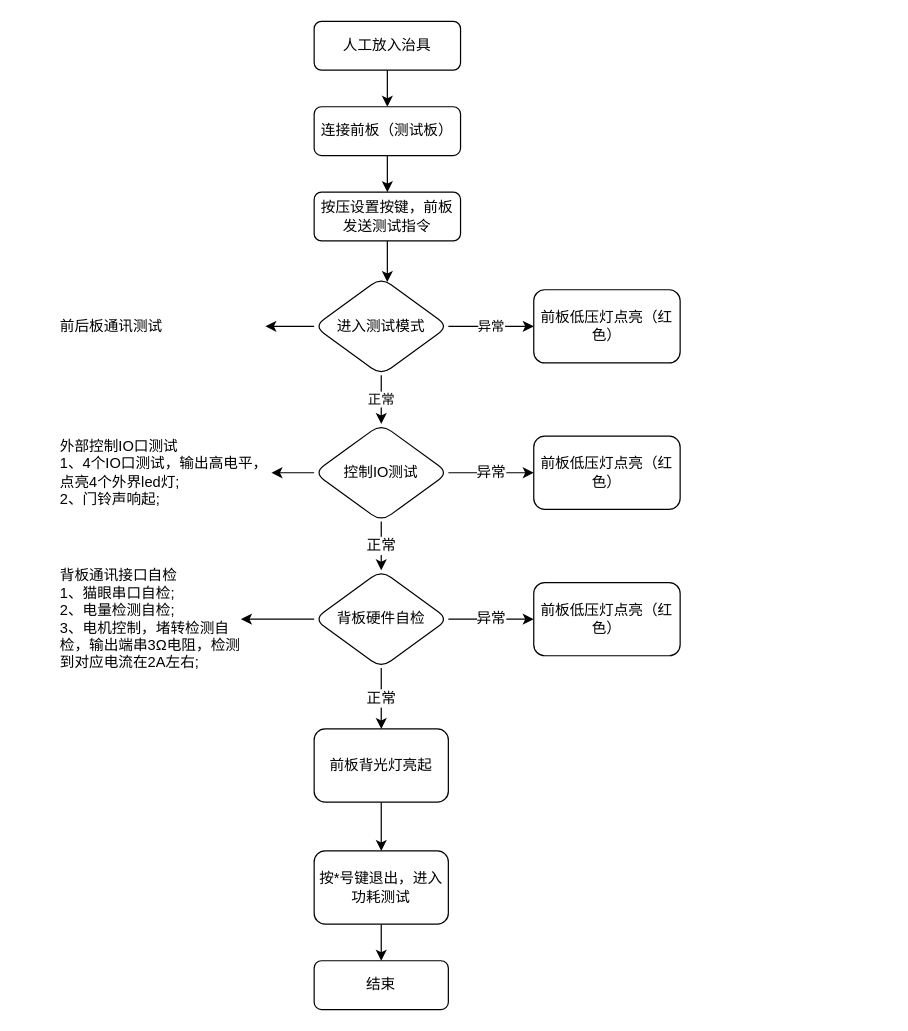
The draw.io diagram Untitled Diagram.drawio in Joho-Liang/GitHub-project, before the edit. Source tidied: cells renumbered, new cells numbered last; positions are measured from the earlier drawing's top-left corner, leaving out a move shared by most shapes. Both pictures are drawn from the tidied source at 122%, with x=0, y=0 at pixel (57, 21).
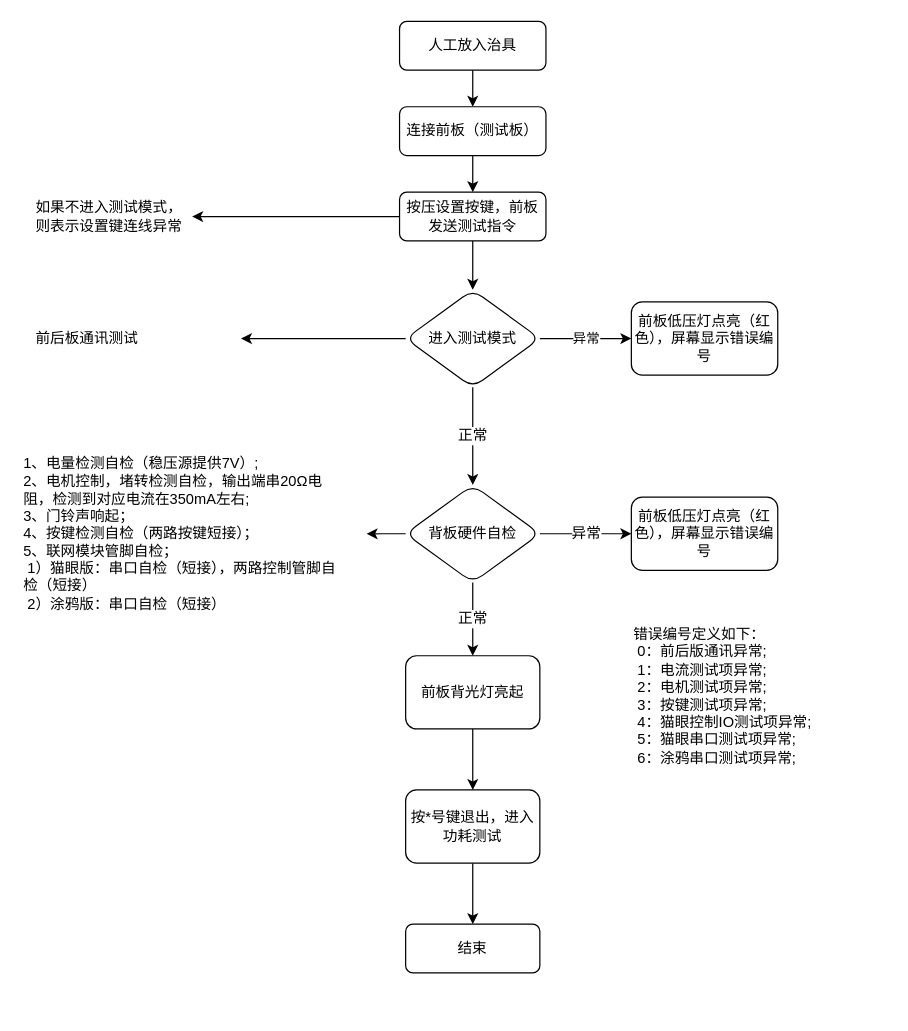
After the change.

The edit, as a diff of the source:
```diff
@@
     <mxCell id="2" value="人工放入治具" style="rounded=1;whiteSpace=wrap;html=1;" parent="1" vertex="1">
-      <mxGeometry x="210" width="120" height="40" as="geometry" />
+      <mxGeometry x="280" width="120" height="40" as="geometry" />
     </mxCell>
@@
     <mxCell id="5" value="连接前板（测试板）" style="rounded=1;whiteSpace=wrap;html=1;" parent="1" vertex="1">
-      <mxGeometry x="210" y="70" width="120" height="40" as="geometry" />
+      <mxGeometry x="280" y="70" width="120" height="40" as="geometry" />
     </mxCell>
     <mxCell id="6" style="edgeStyle=orthogonalEdgeStyle;rounded=0;jettySize=auto;html=1;" parent="1" edge="1" source="7" target="11">
       <mxGeometry relative="1" as="geometry">
         <Array as="points">
-          <mxPoint x="270" y="210" />
-          <mxPoint x="270" y="210" />
+          <mxPoint x="340" y="210" />
+          <mxPoint x="340" y="210" />
         </Array>
       </mxGeometry>
     </mxCell>
+    <mxCell id="31" style="edgeStyle=orthogonalEdgeStyle;rounded=0;jettySize=auto;html=1;fontSize=12;" parent="1" edge="1" source="7" target="32">
+      <mxGeometry relative="1" as="geometry" />
+    </mxCell>
     <mxCell id="7" value="按压设置按键，前板发送测试指令" style="whiteSpace=wrap;html=1;rounded=1;" parent="1" vertex="1">
-      <mxGeometry x="210" y="140" width="120" height="40" as="geometry" />
+      <mxGeometry x="280" y="140" width="120" height="40" as="geometry" />
     </mxCell>
@@
-    <mxCell id="9" value="正常" style="edgeStyle=orthogonalEdgeStyle;rounded=0;jettySize=auto;html=1;" parent="1" edge="1" source="11" target="16">
-      <mxGeometry relative="1" as="geometry" />
-    </mxCell>
-    <mxCell id="10" style="edgeStyle=orthogonalEdgeStyle;rounded=0;jettySize=auto;html=1;fontSize=16;" parent="1" edge="1" source="11">
-      <mxGeometry relative="1" as="geometry">
-        <mxPoint x="170" y="250" as="targetPoint" />
-      </mxGeometry>
+    <mxCell id="10" style="edgeStyle=orthogonalEdgeStyle;rounded=0;jettySize=auto;html=1;fontSize=16;entryX=1;entryY=0.5;entryDx=0;entryDy=0;" parent="1" edge="1" source="11" target="19">
+      <mxGeometry relative="1" as="geometry" />
     </mxCell>
     <mxCell id="11" value="进入测试模式" style="rhombus;whiteSpace=wrap;html=1;rounded=1;" parent="1" vertex="1">
-      <mxGeometry x="210" y="210" width="110" height="80" as="geometry" />
+      <mxGeometry x="285" y="220" width="110" height="80" as="geometry" />
     </mxCell>
-    <mxCell id="12" value="前板低压灯点亮（红色）" style="whiteSpace=wrap;html=1;rounded=1;" parent="1" vertex="1">
-      <mxGeometry x="390" y="220" width="120" height="60" as="geometry" />
+    <mxCell id="12" value="前板低压灯点亮（红色），屏幕显示错误编号" style="whiteSpace=wrap;html=1;rounded=1;" parent="1" vertex="1">
+      <mxGeometry x="470" y="230" width="120" height="60" as="geometry" />
     </mxCell>
-    <mxCell id="13" value="异常" style="edgeStyle=orthogonalEdgeStyle;rounded=0;jettySize=auto;html=1;fontSize=12;" parent="1" edge="1" source="16" target="17">
-      <mxGeometry relative="1" as="geometry" />
-    </mxCell>
-    <mxCell id="14" style="edgeStyle=orthogonalEdgeStyle;rounded=0;jettySize=auto;html=1;fontSize=12;" parent="1" edge="1" source="16" target="18">
-      <mxGeometry relative="1" as="geometry" />
-    </mxCell>
-    <mxCell id="15" value="正常" style="edgeStyle=orthogonalEdgeStyle;rounded=0;jettySize=auto;html=1;fontSize=12;" parent="1" edge="1" source="16" target="23">
+    <mxCell id="15" value="正常" style="edgeStyle=orthogonalEdgeStyle;rounded=0;jettySize=auto;html=1;fontSize=12;exitX=0.5;exitY=1;exitDx=0;exitDy=0;" parent="1" edge="1" source="11" target="23">
       <mxGeometry relative="1" as="geometry" />
     </mxCell>
-    <mxCell id="16" value="控制IO测试" style="rhombus;whiteSpace=wrap;html=1;rounded=1;" parent="1" vertex="1">
-      <mxGeometry x="210" y="330" width="110" height="80" as="geometry" />
-    </mxCell>
-    <mxCell id="17" value="&lt;span&gt;前板低压灯点亮（红色）&lt;/span&gt;" style="whiteSpace=wrap;html=1;rounded=1;" parent="1" vertex="1">
-      <mxGeometry x="390" y="340" width="120" height="60" as="geometry" />
-    </mxCell>
-    <mxCell id="18" value="外部控制IO口测试&lt;br&gt;1、4个IO口测试，输出高电平，点亮4个外界led灯;&lt;br&gt;2、门铃声响起;" style="text;html=1;strokeColor=none;fillColor=none;align=left;verticalAlign=middle;whiteSpace=wrap;rounded=0;fontSize=12;" parent="1" vertex="1">
-      <mxGeometry y="342.5" width="175" height="55" as="geometry" />
-    </mxCell>
     <mxCell id="19" value="前后板通讯测试" style="text;html=1;strokeColor=none;fillColor=none;align=left;verticalAlign=middle;whiteSpace=wrap;rounded=0;fontSize=12;" parent="1" vertex="1">
-      <mxGeometry y="227.5" width="170" height="45" as="geometry" />
+      <mxGeometry x="-20" y="237.5" width="170" height="45" as="geometry" />
     </mxCell>
@@
-    <mxCell id="21" style="edgeStyle=orthogonalEdgeStyle;rounded=0;jettySize=auto;html=1;fontSize=12;" parent="1" edge="1" source="23" target="25">
-      <mxGeometry relative="1" as="geometry" />
+    <mxCell id="21" style="edgeStyle=orthogonalEdgeStyle;rounded=0;jettySize=auto;html=1;fontSize=12;" parent="1" edge="1" source="23">
+      <mxGeometry relative="1" as="geometry">
+        <mxPoint x="253" y="420.1" as="targetPoint" />
+      </mxGeometry>
     </mxCell>
@@
     <mxCell id="23" value="背板硬件自检" style="rhombus;whiteSpace=wrap;html=1;rounded=1;" parent="1" vertex="1">
-      <mxGeometry x="210" y="450" width="110" height="80" as="geometry" />
+      <mxGeometry x="285" y="380" width="110" height="80" as="geometry" />
     </mxCell>
-    <mxCell id="24" value="&lt;span&gt;前板低压灯点亮（红色）&lt;/span&gt;" style="whiteSpace=wrap;html=1;rounded=1;" parent="1" vertex="1">
-      <mxGeometry x="390" y="460" width="120" height="60" as="geometry" />
+    <mxCell id="24" value="&lt;span&gt;前板低压灯点亮（红色），&lt;/span&gt;屏幕显示错误编号" style="whiteSpace=wrap;html=1;rounded=1;" parent="1" vertex="1">
+      <mxGeometry x="470" y="390" width="120" height="60" as="geometry" />
     </mxCell>
-    <mxCell id="25" value="背板通讯接口自检&lt;br&gt;1、猫眼串口自检;&lt;br&gt;2、电量检测自检;&lt;br&gt;3、电机控制，堵转检测自检，输出端串3Ω电阻，检测到对应电流在2A左右;" style="text;html=1;strokeColor=none;fillColor=none;align=left;verticalAlign=middle;whiteSpace=wrap;rounded=0;fontSize=12;" parent="1" vertex="1">
-      <mxGeometry y="447.5" width="150" height="85" as="geometry" />
+    <mxCell id="25" value="1、电量检测自检（稳压源提供7V）;&lt;br&gt;2、电机控制，堵转检测自检，输出端串20Ω电阻，检测到对应电流在350mA左右;&lt;br&gt;3、门铃声响起；&lt;br&gt;4、按键检测自检（两路按键短接）；&lt;br&gt;5、联网模块管脚自检；&lt;br&gt;&lt;span style=&quot;white-space: pre&quot;&gt; &lt;/span&gt;1）猫眼版：串口自检（短接），两路控制管脚自检（短接）&lt;br&gt;&lt;span style=&quot;white-space: pre&quot;&gt; &lt;/span&gt;2）涂鸦版：串口自检（短接）" style="text;html=1;strokeColor=none;fillColor=none;align=left;verticalAlign=middle;whiteSpace=wrap;rounded=0;fontSize=12;" parent="1" vertex="1">
+      <mxGeometry x="-30" y="305" width="260" height="230" as="geometry" />
     </mxCell>
@@
     <mxCell id="27" value="前板背光灯亮起" style="rounded=1;whiteSpace=wrap;html=1;fontSize=12;align=center;" parent="1" vertex="1">
-      <mxGeometry x="210" y="580" width="110" height="60" as="geometry" />
+      <mxGeometry x="285" y="520" width="110" height="60" as="geometry" />
     </mxCell>
@@
     <mxCell id="29" value="按*号键退出，进入功耗测试" style="whiteSpace=wrap;html=1;rounded=1;" parent="1" vertex="1">
-      <mxGeometry x="210" y="680" width="110" height="60" as="geometry" />
+      <mxGeometry x="285" y="630" width="110" height="60" as="geometry" />
     </mxCell>
     <mxCell id="30" value="结束" style="whiteSpace=wrap;html=1;rounded=1;" parent="1" vertex="1">
-      <mxGeometry x="210" y="770" width="110" height="40" as="geometry" />
+      <mxGeometry x="285" y="740" width="110" height="40" as="geometry" />
     </mxCell>
+    <mxCell id="32" value="如果不进入测试模式，则表示设置键连线异常" style="text;html=1;strokeColor=none;fillColor=none;align=left;verticalAlign=middle;whiteSpace=wrap;rounded=0;fontSize=12;" parent="1" vertex="1">
+      <mxGeometry x="-20" y="130" width="130" height="60" as="geometry" />
+    </mxCell>
+    <mxCell id="33" value="错误编号定义如下：&lt;br&gt;&lt;span style=&quot;white-space: pre&quot;&gt; &lt;/span&gt;0：前后版通讯异常;&lt;br&gt;&lt;span style=&quot;white-space: pre&quot;&gt; &lt;/span&gt;1：电流测试项异常;&lt;br&gt;&lt;span style=&quot;white-space: pre&quot;&gt; &lt;/span&gt;2：电机测试项异常;&lt;br&gt;&lt;span style=&quot;white-space: pre&quot;&gt; &lt;/span&gt;3：按键测试项异常;&lt;br&gt;&lt;span style=&quot;white-space: pre&quot;&gt; &lt;/span&gt;4：猫眼控制IO测试项异常;&lt;br&gt;&lt;span style=&quot;white-space: pre&quot;&gt; &lt;/span&gt;5：猫眼串口测试项异常;&lt;br&gt;&lt;span style=&quot;white-space: pre&quot;&gt; &lt;/span&gt;6：涂鸦串口测试项异常;" style="text;html=1;strokeColor=none;fillColor=none;align=left;verticalAlign=middle;whiteSpace=wrap;rounded=0;fontSize=12;" parent="1" vertex="1">
+      <mxGeometry x="470" y="475" width="210" height="155" as="geometry" />
+    </mxCell>
```
